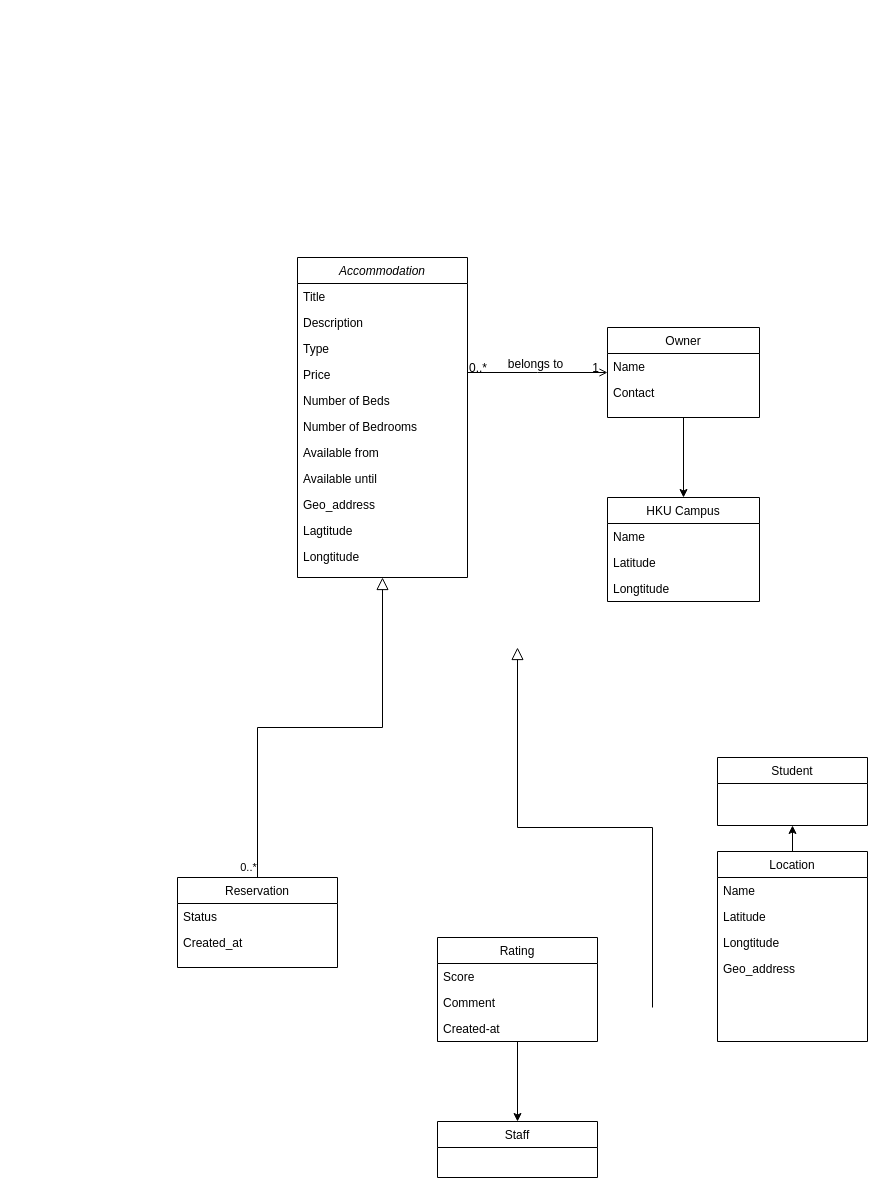
Above: unihaven/Untitled Diagram.drawio in weike-cpu/COMP3297-UniHaven (draw.io), before the change. Source tidied: cells renumbered, new cells numbered last; positions are measured from the earlier drawing's top-left corner, leaving out a move shared by most shapes. Both pictures are drawn from the tidied source at 100%, with x=0, y=0 at pixel (177, 257).
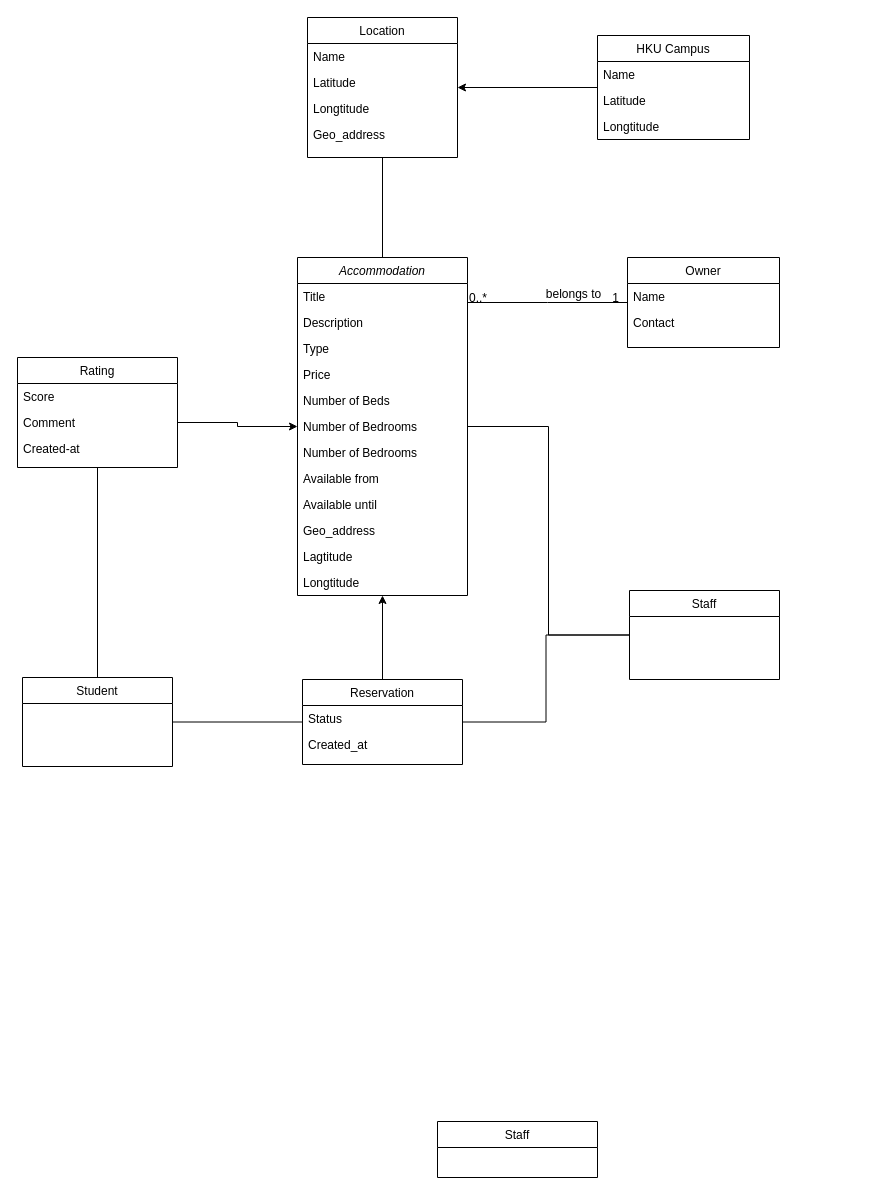
Above is the later version.

Unchanged cells that the change refers to:
```xml
<mxCell id="22" value="Comment&#10;" style="text;align=left;verticalAlign=top;spacingLeft=4;spacingRight=4;overflow=hidden;points=[[0,0.5],[1,0.5]];portConstraint=eastwest;" parent="20" vertex="1">
  <mxGeometry y="52" width="160" height="26" as="geometry" />
</mxCell>
<mxCell id="45" value="Staff" style="swimlane;fontStyle=0;align=center;verticalAlign=top;horizontal=1;startSize=26;rounded=0;shadow=0;strokeWidth=1;" parent="1" vertex="1">
  <mxGeometry x="260" y="864" width="160" height="56" as="geometry" />
</mxCell>
```

The edit, as a diff of the source:
```diff
@@
     <mxCell id="2" value="Accommodation" style="swimlane;fontStyle=2;align=center;verticalAlign=top;horizontal=1;startSize=26;rounded=0;shadow=0;strokeWidth=1;" parent="1" vertex="1">
-      <mxGeometry x="120" width="170" height="320" as="geometry" />
+      <mxGeometry x="120" width="170" height="338" as="geometry" />
     </mxCell>
@@
+    <mxCell id="46" value="Number of Bedrooms&#10;" style="text;align=left;verticalAlign=top;spacingLeft=4;spacingRight=4;overflow=hidden;rounded=0;shadow=0;html=0;" parent="2" vertex="1">
+      <mxGeometry y="156" width="170" height="26" as="geometry" />
+    </mxCell>
     <mxCell id="8" value="Number of Bedrooms&#10;" style="text;align=left;verticalAlign=top;spacingLeft=4;spacingRight=4;overflow=hidden;rounded=0;shadow=0;html=0;" parent="2" vertex="1">
-      <mxGeometry y="156" width="170" height="26" as="geometry" />
+      <mxGeometry y="182" width="170" height="26" as="geometry" />
     </mxCell>
     <mxCell id="9" value="Available from" style="text;align=left;verticalAlign=top;spacingLeft=4;spacingRight=4;overflow=hidden;rounded=0;shadow=0;html=0;" parent="2" vertex="1">
-      <mxGeometry y="182" width="170" height="26" as="geometry" />
+      <mxGeometry y="208" width="170" height="26" as="geometry" />
     </mxCell>
     <mxCell id="10" value="Available until&#10;" style="text;align=left;verticalAlign=top;spacingLeft=4;spacingRight=4;overflow=hidden;rounded=0;shadow=0;html=0;" parent="2" vertex="1">
-      <mxGeometry y="208" width="170" height="26" as="geometry" />
+      <mxGeometry y="234" width="170" height="26" as="geometry" />
     </mxCell>
     <mxCell id="11" value="Geo_address" style="text;align=left;verticalAlign=top;spacingLeft=4;spacingRight=4;overflow=hidden;rounded=0;shadow=0;html=0;" parent="2" vertex="1">
-      <mxGeometry y="234" width="170" height="26" as="geometry" />
+      <mxGeometry y="260" width="170" height="26" as="geometry" />
     </mxCell>
     <mxCell id="12" value="Lagtitude" style="text;align=left;verticalAlign=top;spacingLeft=4;spacingRight=4;overflow=hidden;rounded=0;shadow=0;html=0;" parent="2" vertex="1">
-      <mxGeometry y="260" width="170" height="26" as="geometry" />
+      <mxGeometry y="286" width="170" height="26" as="geometry" />
     </mxCell>
     <mxCell id="13" value="Longtitude" style="text;align=left;verticalAlign=top;spacingLeft=4;spacingRight=4;overflow=hidden;rounded=0;shadow=0;html=0;" parent="2" vertex="1">
-      <mxGeometry y="286" width="170" height="26" as="geometry" />
+      <mxGeometry y="312" width="170" height="26" as="geometry" />
     </mxCell>
+    <mxCell id="17" style="edgeStyle=orthogonalEdgeStyle;rounded=0;jettySize=auto;html=1;" parent="1" edge="1" source="14" target="2">
+      <mxGeometry relative="1" as="geometry" />
+    </mxCell>
     <mxCell id="14" value="Reservation&#10;" style="swimlane;fontStyle=0;align=center;verticalAlign=top;horizontal=1;startSize=26;rounded=0;shadow=0;strokeWidth=1;" parent="1" vertex="1">
-      <mxGeometry y="620" width="160" height="90" as="geometry" />
+      <mxGeometry x="125" y="422" width="160" height="85" as="geometry" />
     </mxCell>
@@
-    <mxCell id="17" style="endArrow=block;endSize=10;endFill=0;shadow=0;strokeWidth=1;rounded=0;curved=0;edgeStyle=elbowEdgeStyle;elbow=vertical;" parent="1" edge="1" source="14" target="2">
-      <mxGeometry relative="1" as="geometry" />
-    </mxCell>
-    <mxCell id="18" value="&lt;div&gt;0..*&lt;/div&gt;" style="edgeLabel;html=1;align=center;verticalAlign=middle;" parent="17" vertex="1">
-      <mxGeometry x="-0.93" y="-2" relative="1" as="geometry">
-        <mxPoint x="-12" y="4" as="offset" />
-      </mxGeometry>
-    </mxCell>
-    <mxCell id="19" style="edgeStyle=orthogonalEdgeStyle;rounded=0;jettySize=auto;html=1;" parent="1" edge="1" source="20" target="45">
-      <mxGeometry relative="1" as="geometry" />
-    </mxCell>
     <mxCell id="20" value="Rating" style="swimlane;fontStyle=0;align=center;verticalAlign=top;horizontal=1;startSize=26;rounded=0;shadow=0;strokeWidth=1;" parent="1" vertex="1">
-      <mxGeometry x="260" y="680" width="160" height="104" as="geometry" />
+      <mxGeometry x="-160" y="100" width="160" height="110" as="geometry" />
     </mxCell>
@@
-    <mxCell id="24" style="endArrow=block;endSize=10;endFill=0;shadow=0;strokeWidth=1;rounded=0;curved=0;edgeStyle=elbowEdgeStyle;elbow=vertical;" parent="1" edge="1">
-      <mxGeometry relative="1" as="geometry">
-        <mxPoint x="475" y="750" as="sourcePoint" />
-        <mxPoint x="340" y="390" as="targetPoint" />
-      </mxGeometry>
-    </mxCell>
-    <mxCell id="25" style="edgeStyle=orthogonalEdgeStyle;rounded=0;jettySize=auto;html=1;" parent="1" edge="1" source="26" target="40">
-      <mxGeometry relative="1" as="geometry" />
-    </mxCell>
     <mxCell id="26" value="Owner" style="swimlane;fontStyle=0;align=center;verticalAlign=top;horizontal=1;startSize=26;rounded=0;shadow=0;strokeWidth=1;" parent="1" vertex="1">
-      <mxGeometry x="430" y="70" width="152" height="90" as="geometry" />
+      <mxGeometry x="450" width="152" height="90" as="geometry" />
     </mxCell>
@@
-    <mxCell id="29" style="endArrow=open;shadow=0;strokeWidth=1;rounded=0;curved=0;endFill=1;edgeStyle=elbowEdgeStyle;elbow=vertical;" parent="1" edge="1" source="2" target="26">
+    <mxCell id="29" style="endArrow=none;shadow=0;strokeWidth=1;rounded=0;curved=0;endFill=1;edgeStyle=elbowEdgeStyle;elbow=vertical;startFill=0;" parent="1" edge="1" source="2" target="26">
       <mxGeometry x="0.5" y="41" relative="1" as="geometry">
         <mxPoint x="-40" y="32" as="offset" />
       </mxGeometry>
     </mxCell>
@@
     <mxCell id="32" value="belongs to" style="text;html=1;align=center;verticalAlign=middle;labelBackgroundColor=none;rounded=0;shadow=0;strokeWidth=1;fontSize=12;" parent="29" vertex="1">
       <mxGeometry x="0.5" y="49" relative="1" as="geometry">
-        <mxPoint x="-38" y="40" as="offset" />
+        <mxPoint x="-15" y="40" as="offset" />
       </mxGeometry>
     </mxCell>
@@
-    <mxCell id="34" style="edgeStyle=orthogonalEdgeStyle;rounded=0;jettySize=auto;html=1;" parent="1" edge="1" source="35" target="44">
-      <mxGeometry relative="1" as="geometry" />
-    </mxCell>
+    <mxCell id="47" style="edgeStyle=orthogonalEdgeStyle;rounded=0;jettySize=auto;html=1;endArrow=none;startFill=0;" parent="1" edge="1" source="35" target="2">
+      <mxGeometry relative="1" as="geometry" />
+    </mxCell>
     <mxCell id="35" value="Location" style="swimlane;fontStyle=0;align=center;verticalAlign=top;horizontal=1;startSize=26;rounded=0;shadow=0;strokeWidth=1;" parent="1" vertex="1">
-      <mxGeometry x="540" y="594" width="150" height="190" as="geometry" />
+      <mxGeometry x="130" y="-240" width="150" height="140" as="geometry" />
     </mxCell>
@@
+    <mxCell id="48" style="edgeStyle=orthogonalEdgeStyle;rounded=0;jettySize=auto;html=1;" parent="1" edge="1" source="40" target="35">
+      <mxGeometry relative="1" as="geometry" />
+    </mxCell>
     <mxCell id="40" value="HKU Campus" style="swimlane;fontStyle=0;align=center;verticalAlign=top;horizontal=1;startSize=26;rounded=0;shadow=0;strokeWidth=1;" parent="1" vertex="1">
-      <mxGeometry x="430" y="240" width="152" height="104" as="geometry" />
+      <mxGeometry x="420" y="-222" width="152" height="104" as="geometry" />
     </mxCell>
@@
+    <mxCell id="49" style="edgeStyle=orthogonalEdgeStyle;rounded=0;jettySize=auto;html=1;endArrow=none;startFill=0;" parent="1" edge="1" source="44" target="14">
+      <mxGeometry relative="1" as="geometry" />
+    </mxCell>
+    <mxCell id="50" style="edgeStyle=orthogonalEdgeStyle;rounded=0;jettySize=auto;html=1;endArrow=none;startFill=0;" parent="1" edge="1" source="44" target="20">
+      <mxGeometry relative="1" as="geometry" />
+    </mxCell>
     <mxCell id="44" value="Student" style="swimlane;fontStyle=0;align=center;verticalAlign=top;horizontal=1;startSize=26;rounded=0;shadow=0;strokeWidth=1;" parent="1" vertex="1">
-      <mxGeometry x="540" y="500" width="150" height="68" as="geometry" />
+      <mxGeometry x="-155" y="420" width="150" height="89" as="geometry" />
     </mxCell>
@@
+    <mxCell id="51" style="edgeStyle=orthogonalEdgeStyle;rounded=0;jettySize=auto;html=1;endArrow=none;startFill=0;" parent="1" edge="1" source="53" target="14">
+      <mxGeometry relative="1" as="geometry" />
+    </mxCell>
+    <mxCell id="52" style="edgeStyle=orthogonalEdgeStyle;rounded=0;jettySize=auto;html=1;endArrow=none;startFill=0;" parent="1" edge="1" source="53" target="2">
+      <mxGeometry relative="1" as="geometry" />
+    </mxCell>
+    <mxCell id="53" value="Staff&#10;" style="swimlane;fontStyle=0;align=center;verticalAlign=top;horizontal=1;startSize=26;rounded=0;shadow=0;strokeWidth=1;" parent="1" vertex="1">
+      <mxGeometry x="452" y="333" width="150" height="89" as="geometry" />
+    </mxCell>
+    <mxCell id="54" style="edgeStyle=orthogonalEdgeStyle;rounded=0;jettySize=auto;html=1;" parent="1" edge="1" source="22" target="2">
+      <mxGeometry relative="1" as="geometry" />
+    </mxCell>
```
